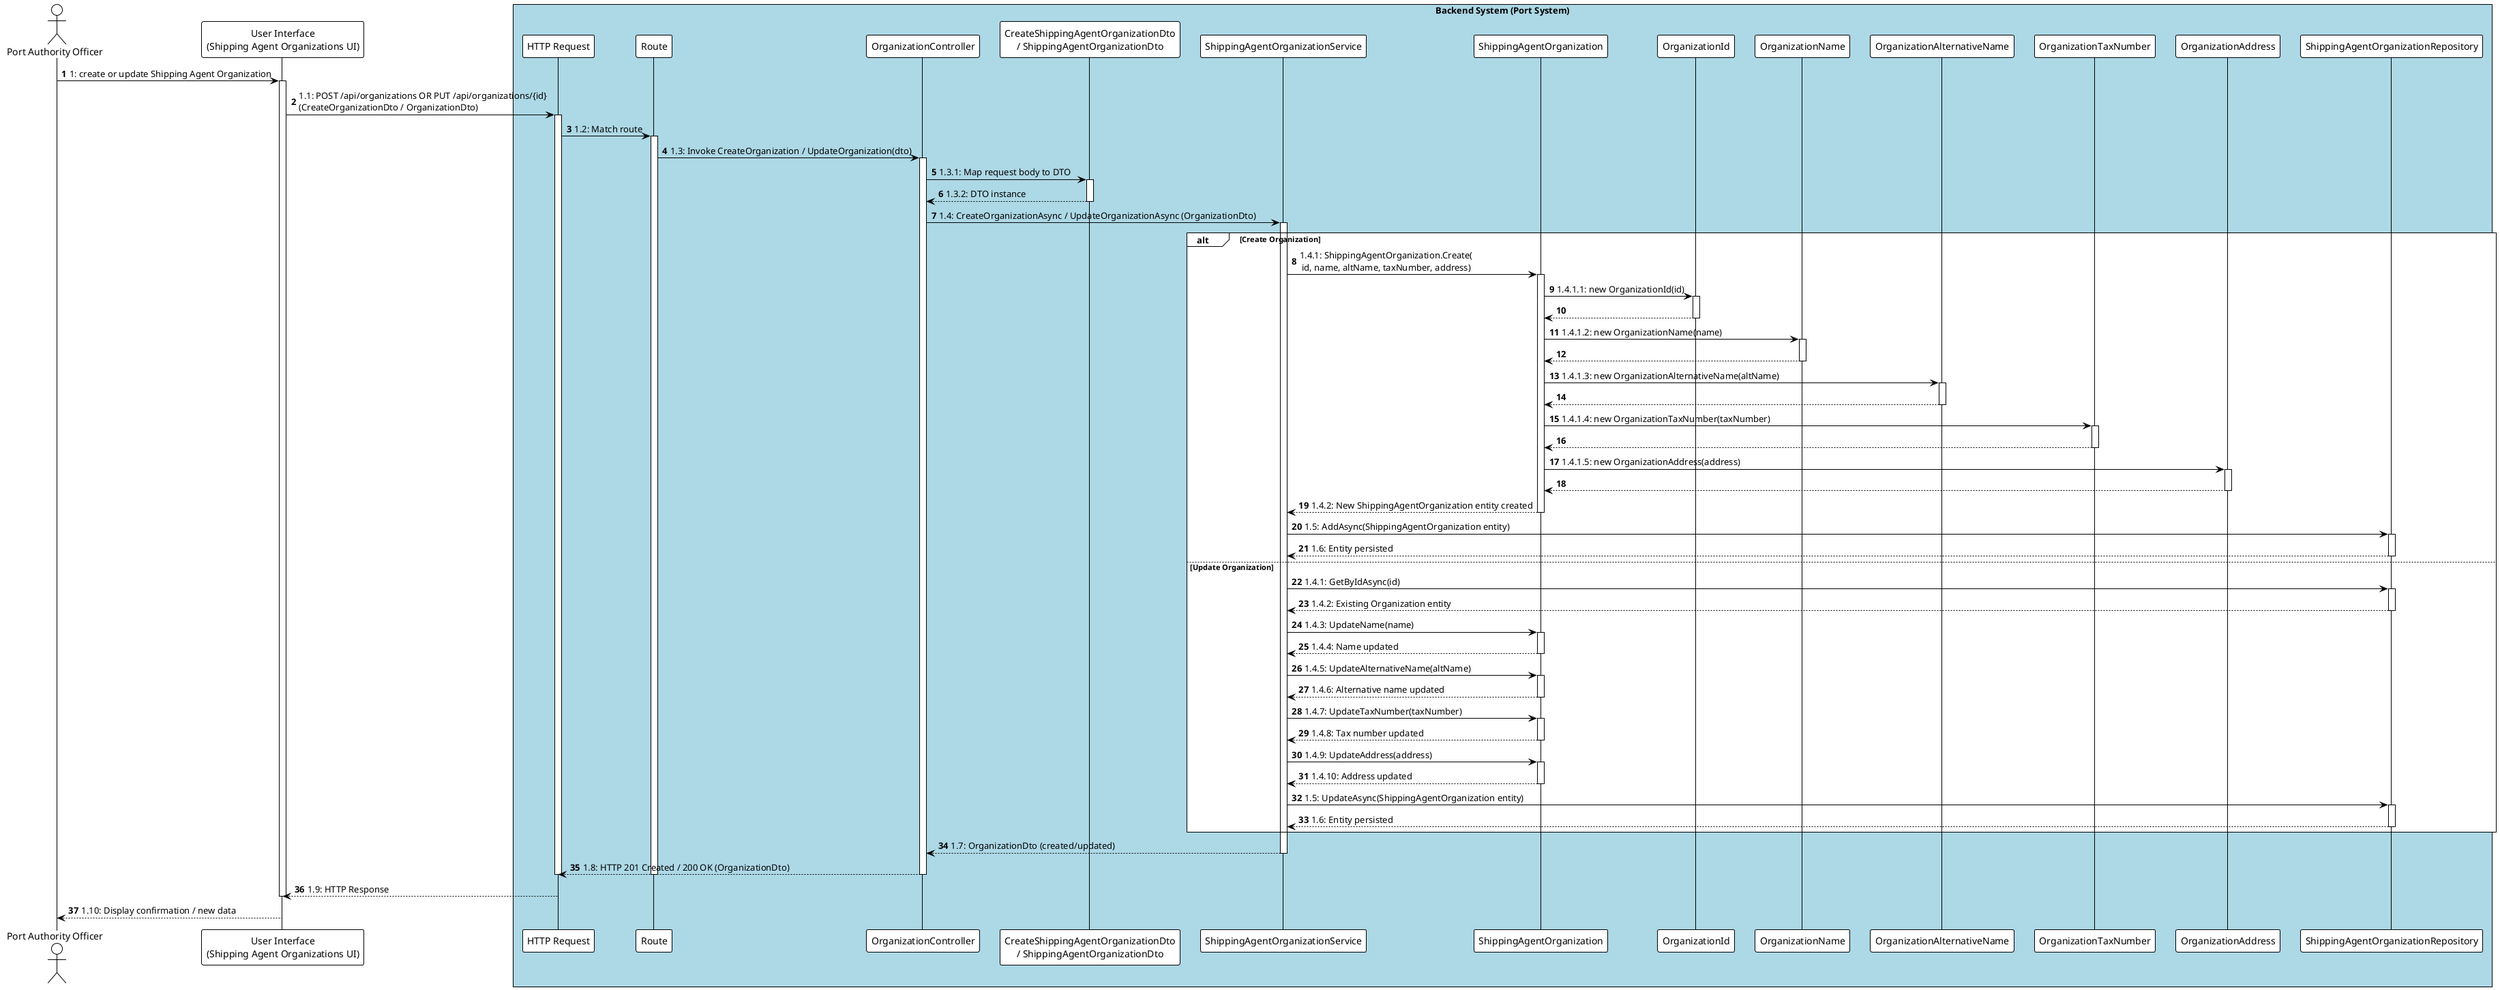
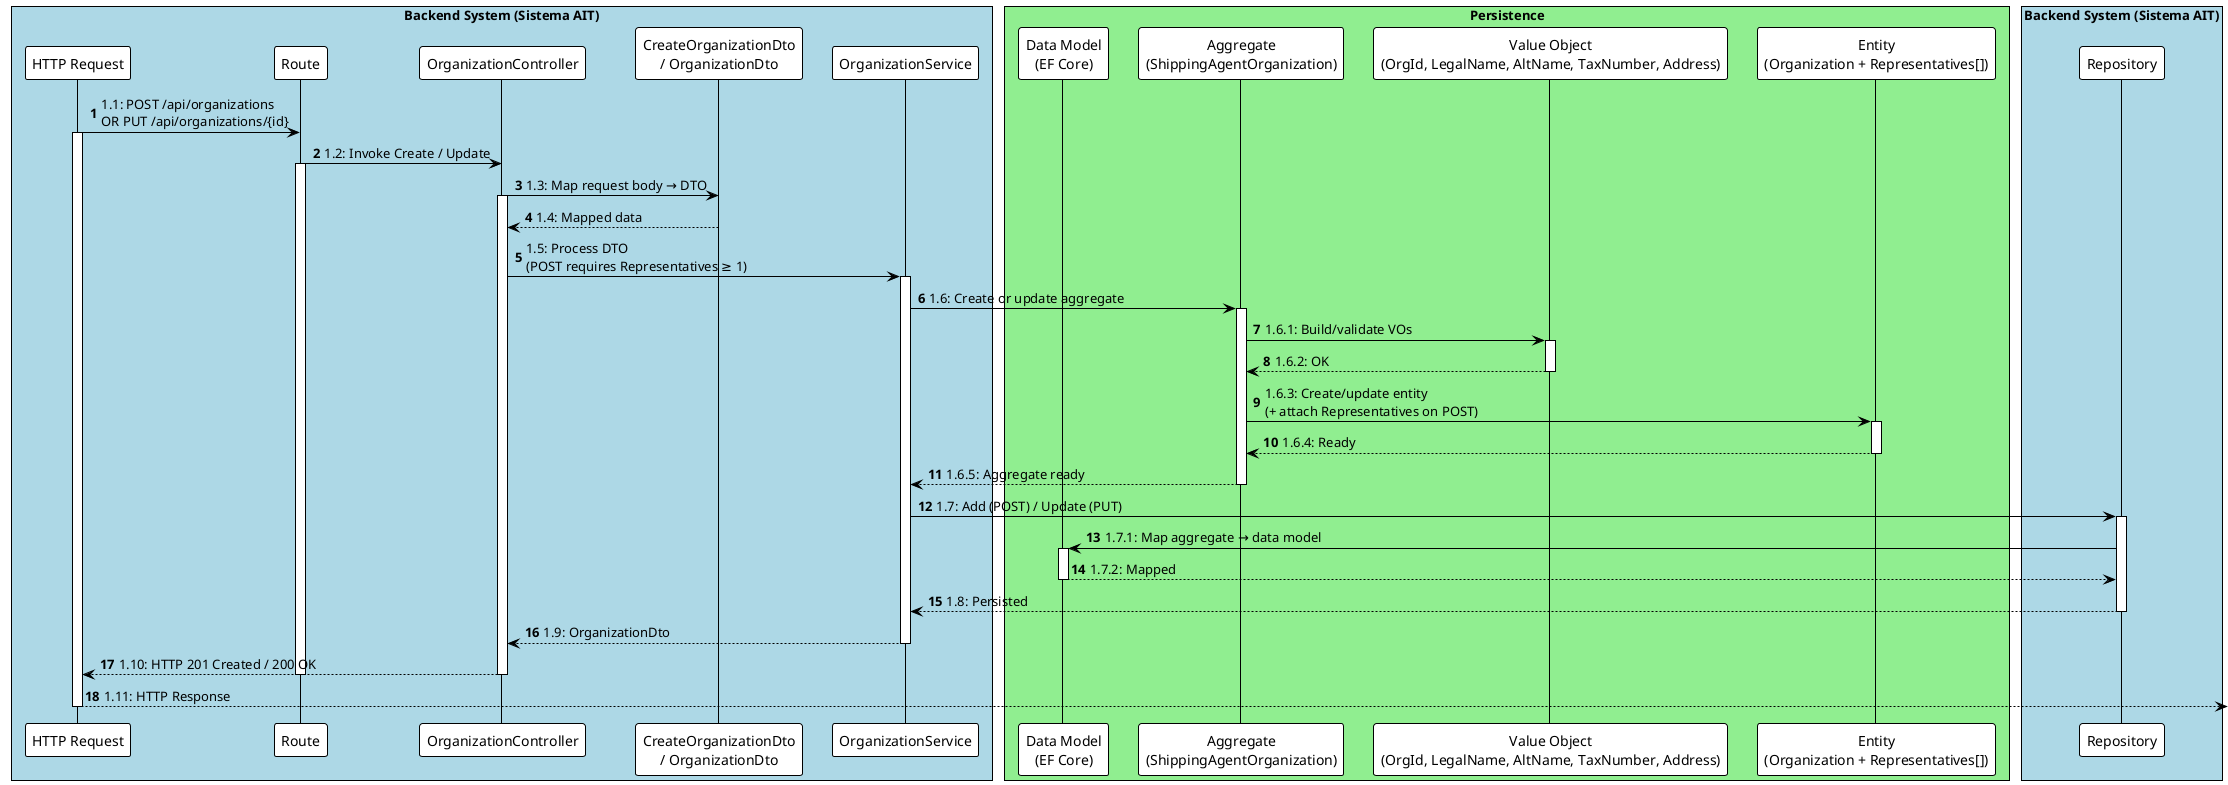
@startuml
!theme plain
autonumber

- actor "Port Authority Officer" as Officer
- participant "User Interface\n(Shipping Agent Organizations UI)" as UI
- 
- box "Backend System (Port System)" #LightBlue
+ box "Backend System (Sistema AIT)" #LightBlue
    participant "HTTP Request" as HttpRequest
    participant "Route" as Route
    participant "OrganizationController" as Controller
-     participant "CreateShippingAgentOrganizationDto\n/ ShippingAgentOrganizationDto" as Dto
-     participant "ShippingAgentOrganizationService" as ServiceImpl
-     participant "ShippingAgentOrganization" as DomainEntity
-     participant "OrganizationId" as EntityId
-     participant "OrganizationName" as NameVO
-     participant "OrganizationAlternativeName" as AltNameVO
-     participant "OrganizationTaxNumber" as TaxVO
-     participant "OrganizationAddress" as AddressVO
-     participant "ShippingAgentOrganizationRepository" as RepoImpl
+     participant "CreateOrganizationDto\n/ OrganizationDto" as Dto
+     participant "OrganizationService" as Service
+     box "Persistence" #LightGreen
+         participant "Data Model\n(EF Core)" as DataModel
+         participant "Aggregate\n(ShippingAgentOrganization)" as Aggregate
+         participant "Value Object\n(OrgId, LegalName, AltName, TaxNumber, Address)" as ValueObject
+         participant "Entity\n(Organization + Representatives[])" as Entity
+     end box
+     participant "Repository" as Repository
end box

- Officer -> UI : 1: create or update Shipping Agent Organization
- activate UI
- 
- UI -> HttpRequest : 1.1: POST /api/organizations OR PUT /api/organizations/{id}\n(CreateOrganizationDto / OrganizationDto)
+ HttpRequest -> Route : 1.1: POST /api/organizations\nOR PUT /api/organizations/{id}
activate HttpRequest
- HttpRequest -> Route : 1.2: Match route
+ Route -> Controller : 1.2: Invoke Create / Update
activate Route
- Route -> Controller : 1.3: Invoke CreateOrganization / UpdateOrganization(dto)
+ Controller -> Dto : 1.3: Map request body → DTO
activate Controller
- 
- Controller -> Dto : 1.3.1: Map request body to DTO
- activate Dto
- Dto --> Controller : 1.3.2: DTO instance
+ Dto --> Controller : 1.4: Mapped data
deactivate Dto
- 
- Controller -> ServiceImpl : 1.4: CreateOrganizationAsync / UpdateOrganizationAsync (OrganizationDto)
- activate ServiceImpl
- 
- alt Create Organization
-     ' **Fluxo de criação**
-     ServiceImpl -> DomainEntity : 1.4.1: ShippingAgentOrganization.Create(\n id, name, altName, taxNumber, address)
-     activate DomainEntity
- 
-     DomainEntity -> EntityId : 1.4.1.1: new OrganizationId(id)
-     activate EntityId
-     EntityId --> DomainEntity
-     deactivate EntityId
- 
-     DomainEntity -> NameVO : 1.4.1.2: new OrganizationName(name)
-     activate NameVO
-     NameVO --> DomainEntity
-     deactivate NameVO
- 
-     DomainEntity -> AltNameVO : 1.4.1.3: new OrganizationAlternativeName(altName)
-     activate AltNameVO
-     AltNameVO --> DomainEntity
-     deactivate AltNameVO
- 
-     DomainEntity -> TaxVO : 1.4.1.4: new OrganizationTaxNumber(taxNumber)
-     activate TaxVO
-     TaxVO --> DomainEntity
-     deactivate TaxVO
- 
-     DomainEntity -> AddressVO : 1.4.1.5: new OrganizationAddress(address)
-     activate AddressVO
-     AddressVO --> DomainEntity
-     deactivate AddressVO
- 
-     DomainEntity --> ServiceImpl : 1.4.2: New ShippingAgentOrganization entity created
-     deactivate DomainEntity
- 
-     ServiceImpl -> RepoImpl : 1.5: AddAsync(ShippingAgentOrganization entity)
-     activate RepoImpl
-     RepoImpl --> ServiceImpl : 1.6: Entity persisted
-     deactivate RepoImpl
- 
- else Update Organization
-     ' **Fluxo de atualização**
-     ServiceImpl -> RepoImpl : 1.4.1: GetByIdAsync(id)
-     activate RepoImpl
-     RepoImpl --> ServiceImpl : 1.4.2: Existing Organization entity
-     deactivate RepoImpl
- 
-     ServiceImpl -> DomainEntity : 1.4.3: UpdateName(name)
-     activate DomainEntity
-     DomainEntity --> ServiceImpl : 1.4.4: Name updated
-     deactivate DomainEntity
- 
-     ServiceImpl -> DomainEntity : 1.4.5: UpdateAlternativeName(altName)
-     activate DomainEntity
-     DomainEntity --> ServiceImpl : 1.4.6: Alternative name updated
-     deactivate DomainEntity
- 
-     ServiceImpl -> DomainEntity : 1.4.7: UpdateTaxNumber(taxNumber)
-     activate DomainEntity
-     DomainEntity --> ServiceImpl : 1.4.8: Tax number updated
-     deactivate DomainEntity
- 
-     ServiceImpl -> DomainEntity : 1.4.9: UpdateAddress(address)
-     activate DomainEntity
-     DomainEntity --> ServiceImpl : 1.4.10: Address updated
-     deactivate DomainEntity
- 
-     ServiceImpl -> RepoImpl : 1.5: UpdateAsync(ShippingAgentOrganization entity)
-     activate RepoImpl
-     RepoImpl --> ServiceImpl : 1.6: Entity persisted
-     deactivate RepoImpl
- end
- 
- ServiceImpl --> Controller : 1.7: OrganizationDto (created/updated)
- deactivate ServiceImpl
- 
- Controller --> HttpRequest : 1.8: HTTP 201 Created / 200 OK (OrganizationDto)
+ Controller -> Service : 1.5: Process DTO\n(POST requires Representatives ≥ 1)
+ activate Service
+ Service -> Aggregate : 1.6: Create or update aggregate
+ activate Aggregate
+ Aggregate -> ValueObject : 1.6.1: Build/validate VOs
+ activate ValueObject
+ ValueObject --> Aggregate : 1.6.2: OK
+ deactivate ValueObject
+ Aggregate -> Entity : 1.6.3: Create/update entity\n(+ attach Representatives on POST)
+ activate Entity
+ Entity --> Aggregate : 1.6.4: Ready
+ deactivate Entity
+ Aggregate --> Service : 1.6.5: Aggregate ready
+ deactivate Aggregate
+ Service -> Repository : 1.7: Add (POST) / Update (PUT)
+ activate Repository
+ Repository -> DataModel : 1.7.1: Map aggregate → data model
+ activate DataModel
+ DataModel --> Repository : 1.7.2: Mapped
+ deactivate DataModel
+ Repository --> Service : 1.8: Persisted
+ deactivate Repository
+ Service --> Controller : 1.9: OrganizationDto
+ deactivate Service
+ Controller --> HttpRequest : 1.10: HTTP 201 Created / 200 OK
deactivate Controller
deactivate Route
+ HttpRequest --> : 1.11: HTTP Response
deactivate HttpRequest

- HttpRequest --> UI : 1.9: HTTP Response
- deactivate UI
- 
- UI --> Officer : 1.10: Display confirmation / new data
- 
@enduml
